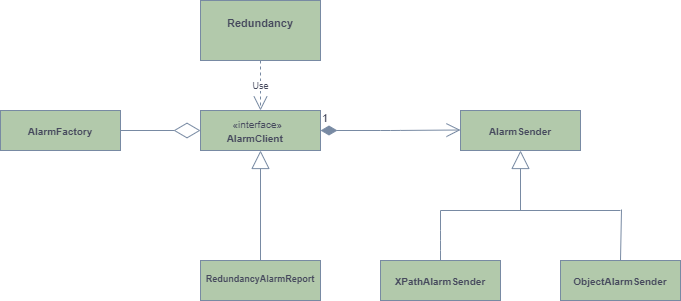
This is UML/Alarmlib.png from Steve888888/FN-Redundancy, a draw.io export, as it was before one commit. Source tidied: cells renumbered, new cells last; positions are measured from the earlier drawing's top-left corner, leaving out a move shared by most shapes. The source it was exported from:
```xml
<mxGraphModel>
  <root>
    <mxCell id="0" />
    <mxCell id="1" parent="0" />
    <mxCell id="2" value="&lt;p style=&quot;margin: 4px 0px 0px ; text-align: center ; font-size: 10px&quot;&gt;&lt;br&gt;&lt;b&gt;ObjectAlarmSender&lt;/b&gt;&lt;/p&gt;" style="verticalAlign=top;align=left;overflow=fill;fontSize=12;fontFamily=Helvetica;html=1;fillColor=#B2C9AB;strokeColor=#788AA3;fontColor=#46495D;" parent="1" vertex="1">
      <mxGeometry x="560" y="260" width="120" height="40" as="geometry" />
    </mxCell>
    <mxCell id="3" value="&lt;p style=&quot;margin: 4px 0px 0px ; text-align: center ; font-size: 10px&quot;&gt;&lt;br&gt;&lt;b&gt;AlarmSender&lt;/b&gt;&lt;/p&gt;" style="verticalAlign=top;align=left;overflow=fill;fontSize=12;fontFamily=Helvetica;html=1;fillColor=#B2C9AB;strokeColor=#788AA3;fontColor=#46495D;" parent="1" vertex="1">
      <mxGeometry x="460" y="110" width="120" height="40" as="geometry" />
    </mxCell>
    <mxCell id="4" value="&lt;p style=&quot;margin: 4px 0px 0px ; text-align: center ; font-size: 10px&quot;&gt;&lt;b&gt;&lt;br&gt;XPathAlarmSender&lt;/b&gt;&lt;/p&gt;" style="verticalAlign=top;align=left;overflow=fill;fontSize=12;fontFamily=Helvetica;html=1;fillColor=#B2C9AB;strokeColor=#788AA3;fontColor=#46495D;" parent="1" vertex="1">
      <mxGeometry x="380" y="260" width="120" height="40" as="geometry" />
    </mxCell>
    <mxCell id="5" style="endArrow=block;endSize=16;endFill=0;html=1;strokeColor=#788AA3;fontColor=#46495D;" parent="1" edge="1">
      <mxGeometry x="1" y="10" relative="1" as="geometry">
        <mxPoint x="520" y="210" as="sourcePoint" />
        <mxPoint x="520" y="150" as="targetPoint" />
      </mxGeometry>
    </mxCell>
    <mxCell id="6" style="endArrow=none;html=1;strokeColor=#788AA3;fontColor=#46495D;" parent="1" edge="1">
      <mxGeometry relative="1" as="geometry">
        <mxPoint x="440" y="210" as="sourcePoint" />
        <mxPoint x="620" y="210" as="targetPoint" />
      </mxGeometry>
    </mxCell>
    <mxCell id="7" style="endArrow=none;html=1;strokeColor=#788AA3;fontColor=#46495D;" parent="1" edge="1">
      <mxGeometry relative="1" as="geometry">
        <mxPoint x="440" y="260" as="sourcePoint" />
        <mxPoint x="440" y="210" as="targetPoint" />
        <Array as="points">
          <mxPoint x="440" y="240" />
        </Array>
      </mxGeometry>
    </mxCell>
    <mxCell id="8" style="endArrow=none;html=1;strokeColor=#788AA3;fontColor=#46495D;" parent="1" edge="1">
      <mxGeometry relative="1" as="geometry">
        <mxPoint x="620" y="260" as="sourcePoint" />
        <mxPoint x="621" y="209" as="targetPoint" />
      </mxGeometry>
    </mxCell>
    <mxCell id="9" style="edgeStyle=none;orthogonalLoop=1;jettySize=auto;html=0;exitX=0.5;exitY=0;exitDx=0;exitDy=0;endArrow=block;endFill=0;endSize=16;strokeColor=#788AA3;fontColor=#46495D;" parent="1" edge="1" source="4" target="4">
      <mxGeometry relative="1" as="geometry" />
    </mxCell>
    <mxCell id="10" style="edgeStyle=none;orthogonalLoop=1;jettySize=auto;html=0;exitX=1;exitY=0.5;exitDx=0;exitDy=0;endArrow=block;endFill=0;endSize=16;fontSize=9;strokeColor=#788AA3;fontColor=#46495D;" parent="1" edge="1" source="4" target="4">
      <mxGeometry relative="1" as="geometry" />
    </mxCell>
    <mxCell id="11" style="edgeStyle=none;orthogonalLoop=1;jettySize=auto;html=0;exitX=0;exitY=0.5;exitDx=0;exitDy=0;endArrow=block;endFill=0;endSize=16;fontSize=9;strokeColor=#788AA3;fontColor=#46495D;" parent="1" edge="1" source="4" target="4">
      <mxGeometry relative="1" as="geometry" />
    </mxCell>
    <mxCell id="12" style="edgeStyle=none;orthogonalLoop=1;jettySize=auto;html=0;exitX=0.25;exitY=0;exitDx=0;exitDy=0;endArrow=block;endFill=0;endSize=16;fontSize=9;strokeColor=#788AA3;fontColor=#46495D;" parent="1" edge="1" source="2" target="2">
      <mxGeometry relative="1" as="geometry" />
    </mxCell>
    <mxCell id="13" value="&lt;p style=&quot;margin: 4px 0px 0px ; text-align: center ; font-size: 9px&quot;&gt;&lt;br&gt;&lt;b&gt;RedundancyAlarmReport&lt;/b&gt;&lt;/p&gt;" style="verticalAlign=top;align=left;overflow=fill;fontSize=12;fontFamily=Helvetica;html=1;fillColor=#B2C9AB;strokeColor=#788AA3;fontColor=#46495D;" parent="1" vertex="1">
      <mxGeometry x="200" y="260" width="120" height="40" as="geometry" />
    </mxCell>
    <mxCell id="14" value="&lt;font style=&quot;font-size: 10px&quot;&gt;&amp;nbsp; &amp;nbsp; &amp;nbsp; &amp;nbsp; &amp;nbsp; &amp;nbsp;«interface»&lt;br&gt;&lt;b&gt;&amp;nbsp; &amp;nbsp; &amp;nbsp; &amp;nbsp; &amp;nbsp;AlarmClient&lt;/b&gt;&lt;/font&gt;" style="html=1;align=left;fillColor=#B2C9AB;strokeColor=#788AA3;fontColor=#46495D;" parent="1" vertex="1">
      <mxGeometry x="200" y="110" width="120" height="40" as="geometry" />
    </mxCell>
    <mxCell id="15" style="edgeStyle=none;orthogonalLoop=1;jettySize=auto;html=0;exitX=0.5;exitY=0;exitDx=0;exitDy=0;endArrow=block;endFill=0;endSize=16;fontSize=9;strokeColor=#788AA3;fontColor=#46495D;" parent="1" edge="1" source="14" target="14">
      <mxGeometry relative="1" as="geometry" />
    </mxCell>
    <mxCell id="16" style="endArrow=block;endSize=16;endFill=0;html=1;fontSize=9;strokeColor=#788AA3;fontColor=#46495D;" parent="1" edge="1">
      <mxGeometry relative="1" as="geometry">
        <mxPoint x="260" y="260" as="sourcePoint" />
        <mxPoint x="260" y="150" as="targetPoint" />
      </mxGeometry>
    </mxCell>
    <mxCell id="17" value="&lt;p style=&quot;margin: 4px 0px 0px ; text-align: center ; font-size: 11px&quot;&gt;&lt;br&gt;&lt;b&gt;Redundancy&lt;/b&gt;&lt;/p&gt;" style="verticalAlign=top;align=left;overflow=fill;fontSize=12;fontFamily=Helvetica;html=1;fillColor=#B2C9AB;strokeColor=#788AA3;fontColor=#46495D;" parent="1" vertex="1">
      <mxGeometry x="200" width="120" height="60" as="geometry" />
    </mxCell>
    <mxCell id="18" value="Use" style="endArrow=open;endSize=12;dashed=1;html=1;fontSize=9;exitX=0.5;exitY=1;exitDx=0;exitDy=0;entryX=0.5;entryY=0;entryDx=0;entryDy=0;strokeColor=#788AA3;fontColor=#46495D;" parent="1" edge="1" source="17" target="14">
      <mxGeometry relative="1" as="geometry" />
    </mxCell>
    <mxCell id="19" value="&lt;p style=&quot;margin: 4px 0px 0px ; text-align: center ; font-size: 10px&quot;&gt;&lt;br&gt;&lt;b&gt;AlarmFactory&lt;/b&gt;&lt;/p&gt;" style="verticalAlign=top;align=left;overflow=fill;fontSize=12;fontFamily=Helvetica;html=1;fillColor=#B2C9AB;strokeColor=#788AA3;fontColor=#46495D;" parent="1" vertex="1">
      <mxGeometry y="110" width="120" height="40" as="geometry" />
    </mxCell>
    <mxCell id="20" style="endArrow=diamondThin;endFill=0;endSize=24;html=1;strokeColor=#788AA3;fillColor=#B2C9AB;fontColor=#46495D;" parent="1" edge="1">
      <mxGeometry relative="1" as="geometry">
        <mxPoint x="120" y="130" as="sourcePoint" />
        <mxPoint x="200" y="130" as="targetPoint" />
      </mxGeometry>
    </mxCell>
    <mxCell id="21" value="1" style="endArrow=open;html=1;endSize=12;startArrow=diamondThin;startSize=14;startFill=1;edgeStyle=orthogonalEdgeStyle;align=left;verticalAlign=bottom;strokeColor=#788AA3;fillColor=#B2C9AB;fontColor=#46495D;exitX=1;exitY=0.5;exitDx=0;exitDy=0;" parent="1" edge="1" source="14">
      <mxGeometry x="-1" y="3" relative="1" as="geometry">
        <mxPoint x="460" y="129.5" as="targetPoint" />
      </mxGeometry>
    </mxCell>
  </root>
</mxGraphModel>
```
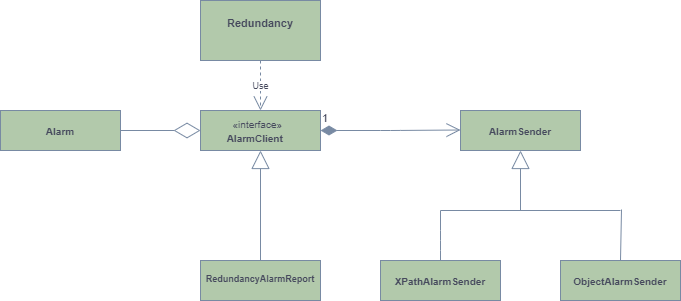
Above is the later version.

Diff of the diagram source:
```diff
@@ -71,7 +71,7 @@
     <mxCell id="18" value="Use" style="endArrow=open;endSize=12;dashed=1;html=1;fontSize=9;exitX=0.5;exitY=1;exitDx=0;exitDy=0;entryX=0.5;entryY=0;entryDx=0;entryDy=0;strokeColor=#788AA3;fontColor=#46495D;" parent="1" edge="1" source="17" target="14">
       <mxGeometry relative="1" as="geometry" />
     </mxCell>
-    <mxCell id="19" value="&lt;p style=&quot;margin: 4px 0px 0px ; text-align: center ; font-size: 10px&quot;&gt;&lt;br&gt;&lt;b&gt;AlarmFactory&lt;/b&gt;&lt;/p&gt;" style="verticalAlign=top;align=left;overflow=fill;fontSize=12;fontFamily=Helvetica;html=1;fillColor=#B2C9AB;strokeColor=#788AA3;fontColor=#46495D;" parent="1" vertex="1">
+    <mxCell id="19" value="&lt;p style=&quot;margin: 4px 0px 0px ; text-align: center ; font-size: 10px&quot;&gt;&lt;br&gt;&lt;b&gt;Alarm&lt;/b&gt;&lt;/p&gt;" style="verticalAlign=top;align=left;overflow=fill;fontSize=12;fontFamily=Helvetica;html=1;fillColor=#B2C9AB;strokeColor=#788AA3;fontColor=#46495D;" parent="1" vertex="1">
       <mxGeometry y="110" width="120" height="40" as="geometry" />
     </mxCell>
     <mxCell id="20" style="endArrow=diamondThin;endFill=0;endSize=24;html=1;strokeColor=#788AA3;fillColor=#B2C9AB;fontColor=#46495D;" parent="1" edge="1">
```
